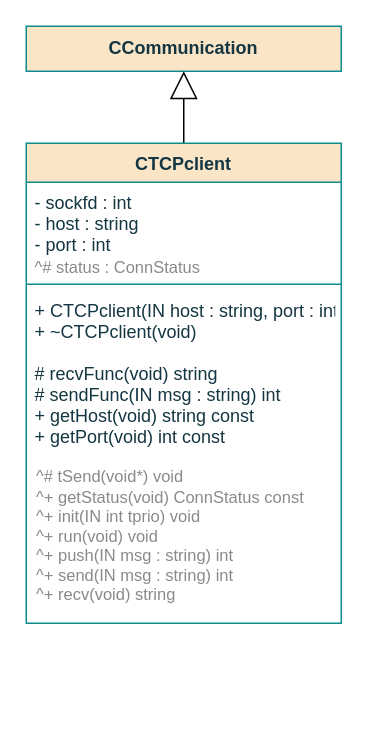
Before: page "Class" (1 of 4) of documentation/flowcharts/02Classes/CTCPclient.drawio in ESRGgroup9/slipad, a draw.io diagram. Source tidied: cells renumbered, new cells numbered last; positions are measured from the earlier drawing's top-left corner, leaving out a move shared by most shapes. Both pictures are drawn from the tidied source at 150%, with x=0, y=0 at pixel (26, 26).
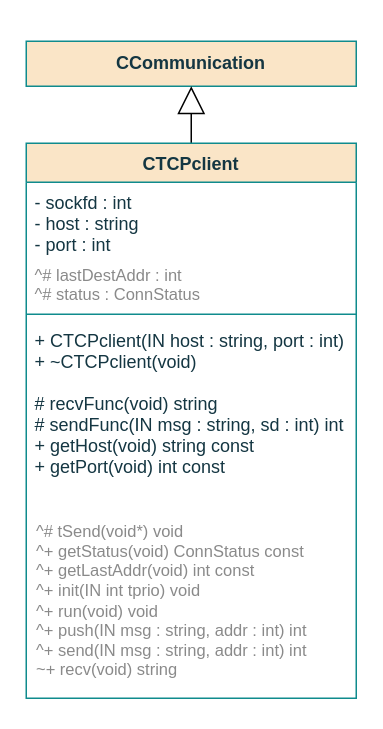
The same diagram, later.

Change to the diagram source:
```diff
@@
 <mxGraphModel>
   <root>
     <mxCell id="0" />
     <mxCell id="1" parent="0" />
     <mxCell id="2" value="CCommunication" style="rounded=0;whiteSpace=wrap;html=1;sketch=0;fontColor=#143642;strokeColor=#0F8B8D;fillColor=#FAE5C7;fontStyle=1;" parent="1" vertex="1">
-      <mxGeometry width="210" height="30" as="geometry" />
+      <mxGeometry y="10" width="220" height="30" as="geometry" />
     </mxCell>
-    <mxCell id="3" style="endArrow=block;endSize=16;endFill=0;html=1;rounded=0;exitX=0.5;exitY=0;exitDx=0;exitDy=0;entryX=0.5;entryY=1;entryDx=0;entryDy=0;" parent="1" edge="1" target="2">
-      <mxGeometry relative="1" as="geometry">
-        <mxPoint x="105" y="80" as="sourcePoint" />
-      </mxGeometry>
+    <mxCell id="3" style="endArrow=block;endSize=16;endFill=0;html=1;rounded=0;exitX=0.5;exitY=0;exitDx=0;exitDy=0;entryX=0.5;entryY=1;entryDx=0;entryDy=0;" parent="1" edge="1" source="4" target="2">
+      <mxGeometry relative="1" as="geometry" />
     </mxCell>
     <mxCell id="4" value="CTCPclient" style="swimlane;fontStyle=1;align=center;verticalAlign=top;horizontal=1;startSize=26;fillColor=#FAE5C7;strokeColor=#0F8B8D;fontColor=#143642;" parent="1" vertex="1">
-      <mxGeometry y="78" width="210" height="320" as="geometry" />
+      <mxGeometry y="78" width="220" height="370" as="geometry" />
     </mxCell>
     <mxCell id="5" value="- sockfd : int&#10;- host : string&#10;- port : int&#10;&#10;" style="text;strokeColor=none;fillColor=none;align=left;verticalAlign=top;spacingLeft=4;spacingRight=4;overflow=hidden;fontColor=#143642;" parent="4" vertex="1">
-      <mxGeometry y="26" width="210" height="64" as="geometry" />
+      <mxGeometry y="26" width="220" height="84" as="geometry" />
     </mxCell>
     <mxCell id="6" style="line;strokeWidth=1;fillColor=none;align=left;verticalAlign=middle;spacingTop=-1;spacingLeft=3;spacingRight=3;labelPosition=right;labelBackgroundColor=#DAD2D8;strokeColor=#0F8B8D;fontColor=#143642;" parent="4" vertex="1">
-      <mxGeometry y="90" width="210" height="8" as="geometry" />
+      <mxGeometry y="110" width="220" height="8" as="geometry" />
     </mxCell>
-    <mxCell id="7" value="+ CTCPclient(IN host : string, port : int)&#10;+ ~CTCPclient(void)&#10;&#10;# recvFunc(void) string&#10;# sendFunc(IN msg : string) int&#10;+ getHost(void) string const&#10;+ getPort(void) int const&#10; " style="text;strokeColor=none;fillColor=none;align=left;verticalAlign=top;spacingLeft=4;spacingRight=4;overflow=hidden;fontColor=#143642;" parent="4" vertex="1">
-      <mxGeometry y="98" width="210" height="222" as="geometry" />
+    <mxCell id="7" value="+ CTCPclient(IN host : string, port : int)&#10;+ ~CTCPclient(void)&#10;&#10;# recvFunc(void) string&#10;# sendFunc(IN msg : string, sd : int) int&#10;+ getHost(void) string const&#10;+ getPort(void) int const&#10; " style="text;strokeColor=none;fillColor=none;align=left;verticalAlign=top;spacingLeft=4;spacingRight=4;overflow=hidden;fontColor=#143642;" parent="4" vertex="1">
+      <mxGeometry y="118" width="220" height="252" as="geometry" />
     </mxCell>
-    <mxCell id="8" value="&lt;div style=&quot;font-size: 11px&quot;&gt;&lt;font style=&quot;font-size: 11px&quot; color=&quot;#8A8A8A&quot;&gt;^# tSend(void*) void&lt;br&gt;&lt;/font&gt;&lt;/div&gt;&lt;div style=&quot;font-size: 11px&quot;&gt;&lt;font style=&quot;font-size: 11px&quot; color=&quot;#8A8A8A&quot;&gt;^+ getStatus(void) ConnStatus const&lt;br style=&quot;font-size: 11px&quot;&gt;&lt;/font&gt;&lt;/div&gt;&lt;div style=&quot;font-size: 11px&quot;&gt;&lt;font style=&quot;font-size: 11px&quot; color=&quot;#8A8A8A&quot;&gt;^+ init(IN int tprio) void&lt;/font&gt;&lt;/div&gt;&lt;div style=&quot;font-size: 11px&quot;&gt;&lt;font style=&quot;font-size: 11px&quot; color=&quot;#8A8A8A&quot;&gt;^+ run(void) void&lt;br&gt;&lt;/font&gt;&lt;/div&gt;&lt;font style=&quot;font-size: 11px&quot; color=&quot;#8A8A8A&quot;&gt;^+ push(IN msg : string) int&lt;br style=&quot;font-size: 11px&quot;&gt;^+ send(IN msg : string) int&lt;br style=&quot;font-size: 11px&quot;&gt;&lt;/font&gt;&lt;div&gt;&lt;font style=&quot;font-size: 11px&quot; color=&quot;#8A8A8A&quot;&gt;^+ recv(void) string&lt;/font&gt;&lt;/div&gt;" style="text;html=1;align=left;verticalAlign=middle;strokeColor=none;fillColor=none;opacity=10;fontSize=11;" parent="1" vertex="1">
-      <mxGeometry x="5" y="285" width="210" height="110" as="geometry" />
-    </mxCell>
-    <mxCell id="9" value="&lt;br&gt;&lt;div&gt;&lt;font style=&quot;font-size: 11px&quot; color=&quot;#8A8A8A&quot;&gt;^# status : ConnStatus&lt;br&gt;&lt;/font&gt;&lt;/div&gt;" style="text;html=1;align=left;verticalAlign=middle;strokeColor=none;fillColor=none;opacity=10;fontSize=11;" parent="1" vertex="1">
-      <mxGeometry x="4" y="139" width="140" height="30" as="geometry" />
+    <mxCell id="9" value="&lt;br&gt;&lt;div&gt;&lt;font style=&quot;font-size: 11px&quot; color=&quot;#8A8A8A&quot;&gt;^# lastDestAddr : int&lt;br&gt;&lt;/font&gt;&lt;/div&gt;&lt;div&gt;&lt;font style=&quot;font-size: 11px&quot; color=&quot;#8A8A8A&quot;&gt;^# status : ConnStatus&lt;br&gt;&lt;/font&gt;&lt;/div&gt;" style="text;html=1;align=left;verticalAlign=middle;strokeColor=none;fillColor=none;opacity=10;fontSize=11;" parent="1" vertex="1">
+      <mxGeometry x="4" y="141" width="140" height="50" as="geometry" />
     </mxCell>
+    <mxCell id="10" value="&lt;div style=&quot;font-size: 11px&quot;&gt;&lt;font style=&quot;font-size: 11px&quot; color=&quot;#8A8A8A&quot;&gt;^# tSend(void*) void&lt;br&gt;&lt;/font&gt;&lt;/div&gt;&lt;font color=&quot;#8A8A8A&quot;&gt;^+ getStatus(void) ConnStatus const&lt;br&gt;^+ getLastAddr(void) int const&lt;br&gt;^+ init(IN int tprio) void&lt;br&gt;^+ run(void) void&lt;br&gt;^+ push(IN msg : string, addr : int) int&lt;br&gt;^+ send(IN msg : string, addr : int) int&lt;br&gt;~+ recv(void) string&lt;/font&gt;&lt;font style=&quot;font-size: 11px&quot; color=&quot;#8A8A8A&quot;&gt;&lt;/font&gt;" style="text;html=1;align=left;verticalAlign=middle;strokeColor=none;fillColor=none;opacity=10;fontSize=11;" parent="1" vertex="1">
+      <mxGeometry x="5" y="323" width="210" height="120" as="geometry" />
+    </mxCell>
   </root>
 </mxGraphModel>
```
